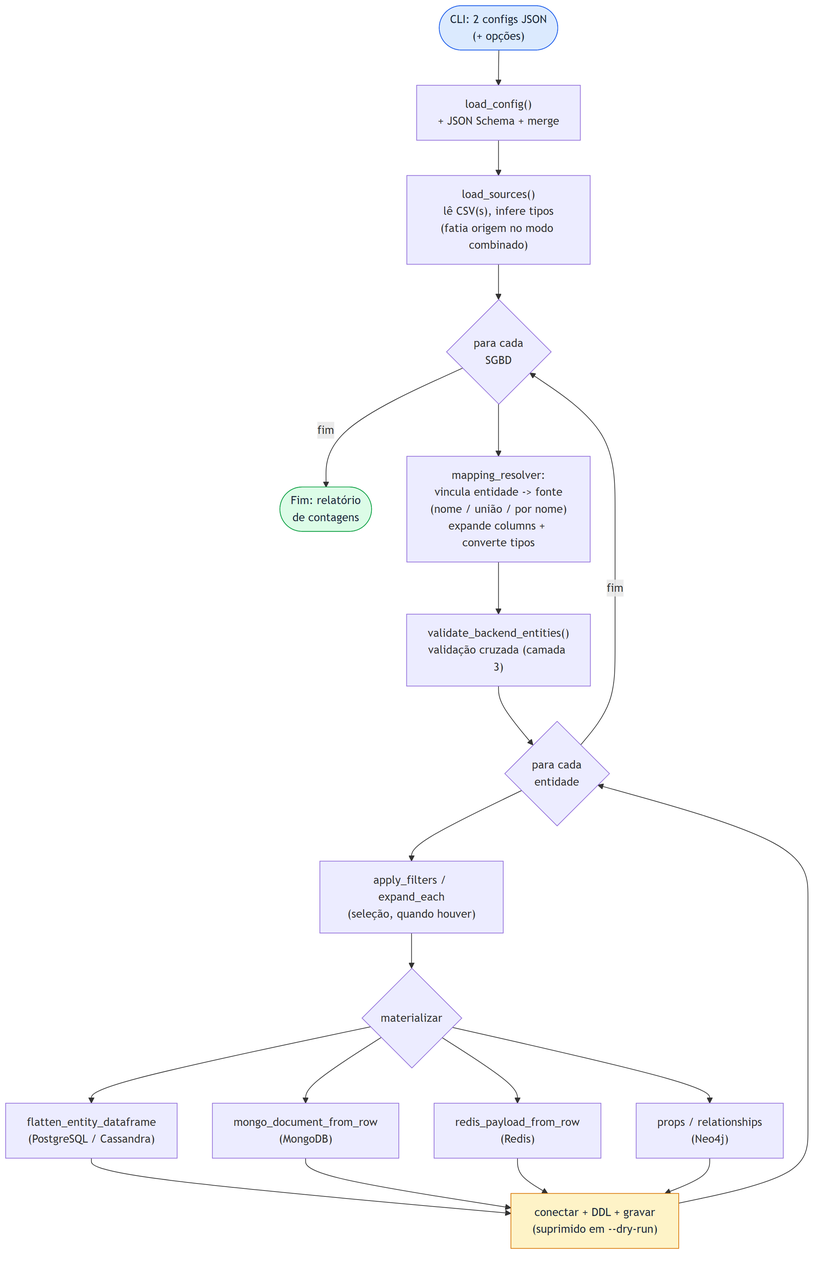
This is docs-tcc/images/figure11-import-algorithm.png from lucasbc92/polyglot-import-csv, a Mermaid export, as it was before one commit. Its source is kept beside it as docs-tcc/images/figure11-import-algorithm.mmd. Source of this version:
```mermaid
flowchart TD
    START(["CLI: 2 configs JSON\n(+ opções)"]) --> LC["load_config()\n+ JSON Schema + merge"]
    LC --> LS["load_sources()\nlê CSV(s), infere tipos\n(fatia origem no modo combinado)"]
    LS --> BK{"para cada\nSGBD"}
    BK -->|fim| END(["Fim: relatório\nde contagens"])
    BK --> BIND["mapping_resolver:\nvincula entidade -> fonte\n(nome / união / por nome)\nexpande columns + converte tipos"]
    BIND --> VAL["validate_backend_entities()\nvalidação cruzada (camada 3)"]
    VAL --> ENT{"para cada\nentidade"}
    ENT -->|fim| BK
    ENT --> FILT["apply_filters / expand_each\n(seleção, quando houver)"]
    FILT --> MAT{"materializar"}
    MAT --> T1["flatten_entity_dataframe\n(PostgreSQL / Cassandra)"]
    MAT --> T2["mongo_document_from_row\n(MongoDB)"]
    MAT --> T3["redis_payload_from_row\n(Redis)"]
    MAT --> T4["props / relationships\n(Neo4j)"]
    T1 --> WR["conectar + DDL + gravar\n(suprimido em --dry-run)"]
    T2 --> WR
    T3 --> WR
    T4 --> WR
    WR --> ENT

    style START fill:#dbeafe,stroke:#2563eb,color:#1e293b
    style END fill:#dcfce7,stroke:#16a34a,color:#1e293b
    style WR fill:#fef3c7,stroke:#d97706,color:#1e293b
```
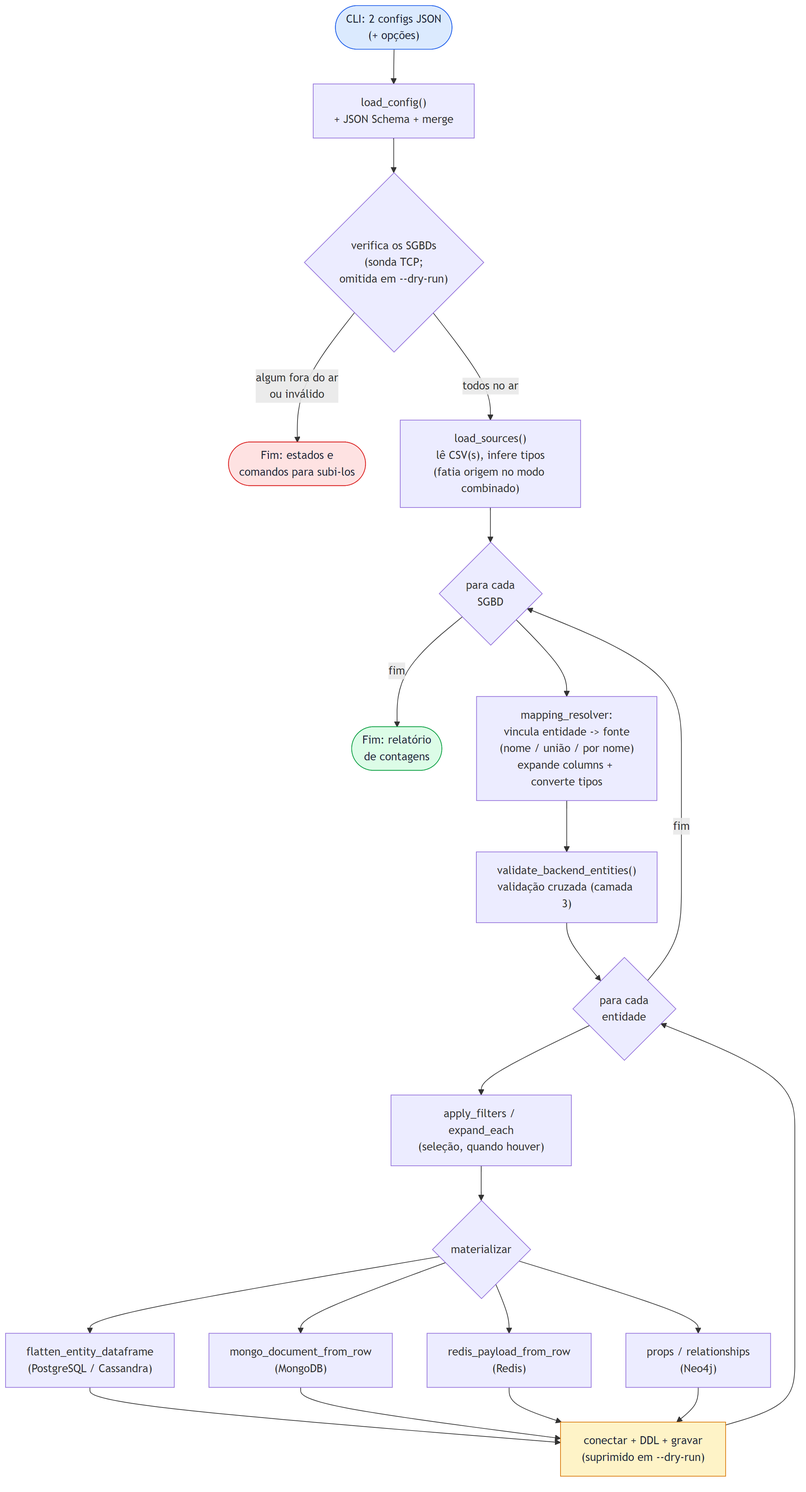
After the commit.

Change to the diagram source:
```diff
@@ -1,6 +1,8 @@
 flowchart TD
     START(["CLI: 2 configs JSON\n(+ opções)"]) --> LC["load_config()\n+ JSON Schema + merge"]
-    LC --> LS["load_sources()\nlê CSV(s), infere tipos\n(fatia origem no modo combinado)"]
+    LC --> CHK{"verifica os SGBDs\n(sonda TCP;\nomitida em --dry-run)"}
+    CHK -->|"algum fora do ar\nou inválido"| STOP(["Fim: estados e\ncomandos para subi-los"])
+    CHK -->|todos no ar| LS["load_sources()\nlê CSV(s), infere tipos\n(fatia origem no modo combinado)"]
     LS --> BK{"para cada\nSGBD"}
     BK -->|fim| END(["Fim: relatório\nde contagens"])
     BK --> BIND["mapping_resolver:\nvincula entidade -> fonte\n(nome / união / por nome)\nexpande columns + converte tipos"]
@@ -22,3 +24,4 @@
     style START fill:#dbeafe,stroke:#2563eb,color:#1e293b
     style END fill:#dcfce7,stroke:#16a34a,color:#1e293b
     style WR fill:#fef3c7,stroke:#d97706,color:#1e293b
+    style STOP fill:#fee2e2,stroke:#dc2626,color:#1e293b
```
